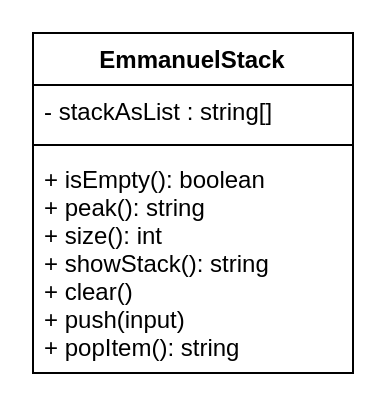
This is design/EmmanuelStack.drawio from Emmanuel-Fofeyin/ICS4U-Unit2-04-Typescript, a draw.io file, before an edit. Source tidied: cells renumbered, new cells numbered last; positions are measured from the earlier drawing's top-left corner, leaving out a move shared by most shapes. Both pictures are drawn from the tidied source at 200%, with x=0, y=0 at pixel (32, 32).
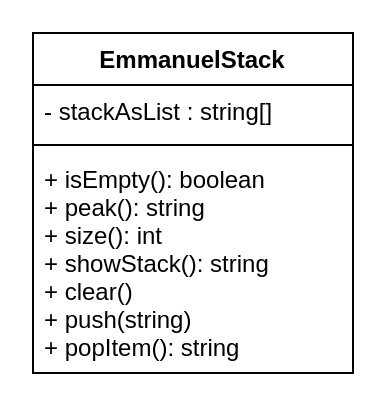
The same diagram, later.

The edit, as a diff of the source:
```diff
@@
 <mxGraphModel>
   <root>
     <mxCell id="0" />
     <mxCell id="1" parent="0" />
     <mxCell id="2" value="EmmanuelStack" style="swimlane;fontStyle=1;align=center;verticalAlign=top;horizontal=1;startSize=26;" parent="1" vertex="1">
       <mxGeometry width="160" height="170" as="geometry" />
     </mxCell>
     <mxCell id="3" value="- stackAsList : string[]" style="text;strokeColor=none;fillColor=none;align=left;verticalAlign=top;spacingLeft=4;spacingRight=4;overflow=hidden;" parent="2" vertex="1">
       <mxGeometry y="26" width="160" height="26" as="geometry" />
     </mxCell>
     <mxCell id="4" style="line;strokeWidth=1;fillColor=none;align=left;verticalAlign=middle;spacingTop=-1;spacingLeft=3;spacingRight=3;labelPosition=right;strokeColor=inherit;" parent="2" vertex="1">
       <mxGeometry y="52" width="160" height="8" as="geometry" />
     </mxCell>
-    <mxCell id="5" value="+ isEmpty(): boolean&#10;+ peak(): string&#10;+ size(): int&#10;+ showStack(): string&#10;+ clear()&#10;+ push(input)&#10;+ popItem(): string" style="text;strokeColor=none;fillColor=none;align=left;verticalAlign=top;spacingLeft=4;spacingRight=4;overflow=hidden;" parent="2" vertex="1">
+    <mxCell id="5" value="+ isEmpty(): boolean&#10;+ peak(): string&#10;+ size(): int&#10;+ showStack(): string&#10;+ clear()&#10;+ push(string)&#10;+ popItem(): string" style="text;strokeColor=none;fillColor=none;align=left;verticalAlign=top;spacingLeft=4;spacingRight=4;overflow=hidden;" parent="2" vertex="1">
       <mxGeometry y="60" width="160" height="110" as="geometry" />
     </mxCell>
   </root>
 </mxGraphModel>
```
